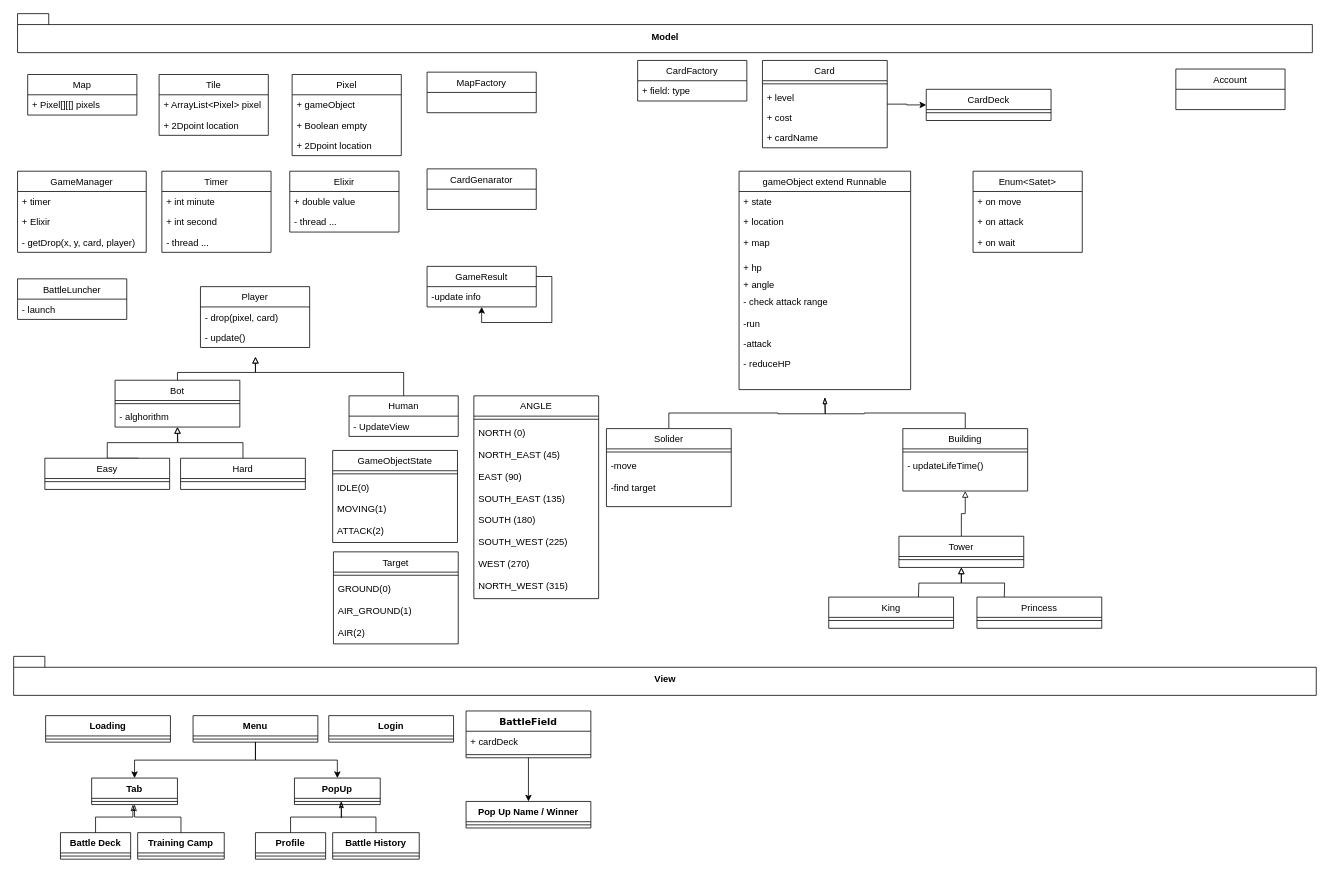
The draw.io diagram Clash Royale Class Diagram.drawio in pouyam79i/ClashRoyale, before the edit. Source tidied: cells renumbered, new cells numbered last; positions are measured from the earlier drawing's top-left corner, leaving out a move shared by most shapes. Both pictures are drawn from the tidied source at 78%, with x=0, y=0 at pixel (13, 13).
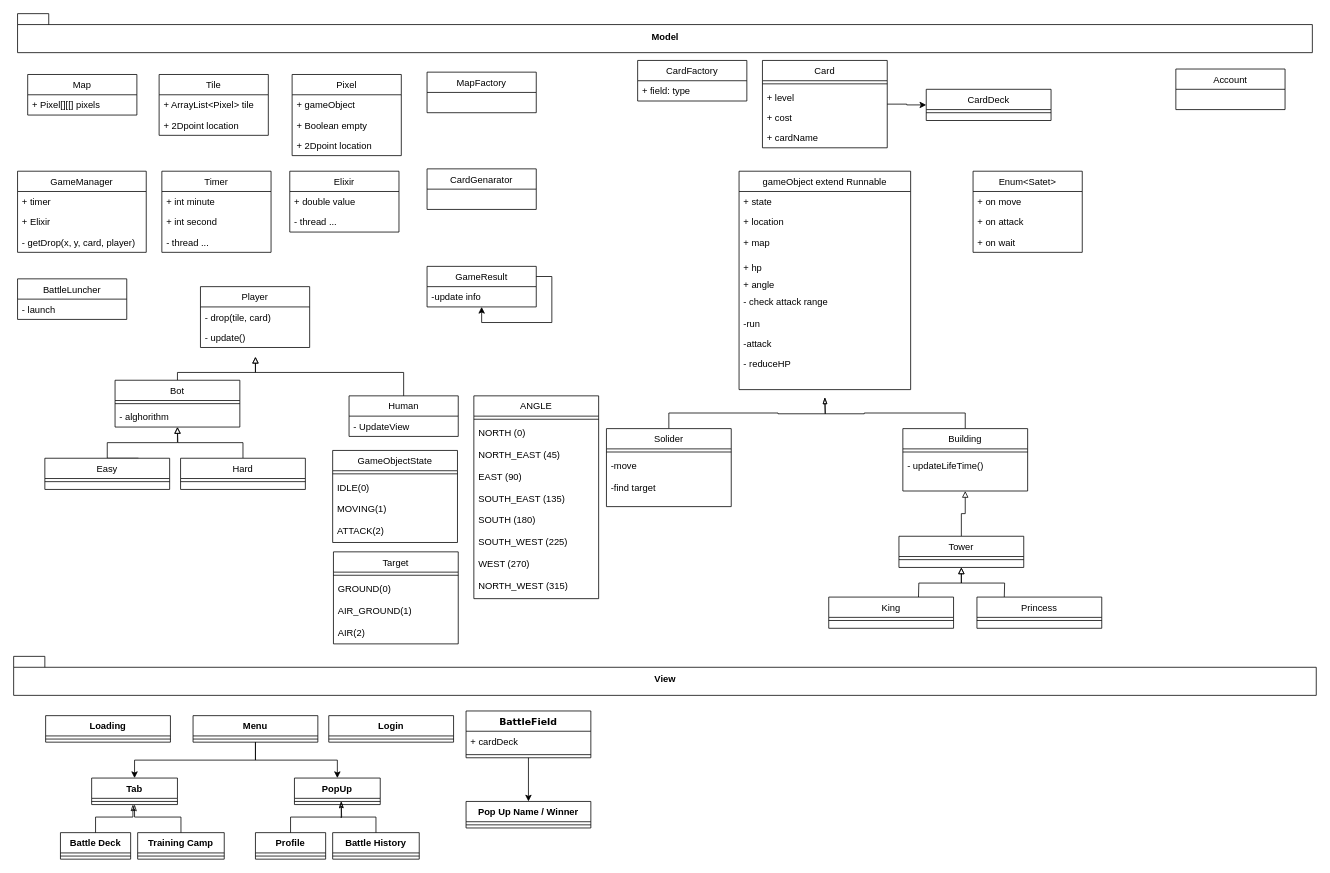
The same page after the edit.

Unchanged cells that the change refers to:
```xml
<mxCell id="54" value="Tile" style="swimlane;fontStyle=0;horizontal=1;startSize=26;fillColor=none;" parent="1" vertex="1">
  <mxGeometry x="186.5" y="78" width="140" height="78" as="geometry" />
</mxCell>
<mxCell id="101" value="Player" style="swimlane;fontStyle=0;horizontal=1;startSize=26;fillColor=none;" parent="1" vertex="1">
  <mxGeometry x="239.5" y="350" width="140" height="78" as="geometry" />
</mxCell>
```

The edit, as a diff of the source:
```diff
@@
-    <mxCell id="55" value="+ ArrayList&lt;Pixel&gt; pixel" style="text;strokeColor=none;fillColor=none;align=left;verticalAlign=top;spacingLeft=4;spacingRight=4;overflow=hidden;" parent="54" vertex="1">
+    <mxCell id="55" value="+ ArrayList&lt;Pixel&gt; tile" style="text;strokeColor=none;fillColor=none;align=left;verticalAlign=top;spacingLeft=4;spacingRight=4;overflow=hidden;" parent="54" vertex="1">
       <mxGeometry y="26" width="140" height="26" as="geometry" />
     </mxCell>
@@
-    <mxCell id="102" value="- drop(pixel, card)" style="text;strokeColor=none;fillColor=none;align=left;verticalAlign=top;spacingLeft=4;spacingRight=4;overflow=hidden;" parent="101" vertex="1">
+    <mxCell id="102" value="- drop(tile, card)" style="text;strokeColor=none;fillColor=none;align=left;verticalAlign=top;spacingLeft=4;spacingRight=4;overflow=hidden;" parent="101" vertex="1">
       <mxGeometry y="26" width="140" height="26" as="geometry" />
     </mxCell>
```
